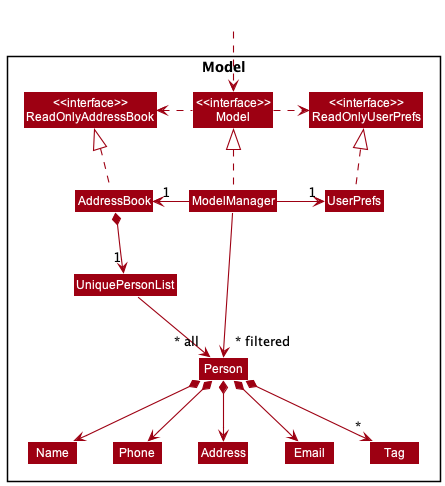
Before: docs/images/ModelClassDiagram.png, a diagram exported from PlantUML (nus-cs2103-AY2223S1/tp).
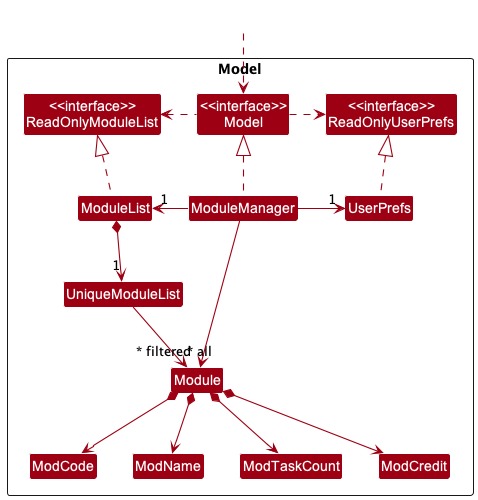
After the commit.

The edit, as a diff of the source:
```diff
@@ -5,46 +5,39 @@
 skinparam classBackgroundColor MODEL_COLOR
 
 Package Model <<Rectangle>>{
-Class "<<interface>>\nReadOnlyAddressBook" as ReadOnlyAddressBook
+Class "<<interface>>\nReadOnlyModuleList" as ReadOnlyModuleList
 Class "<<interface>>\nReadOnlyUserPrefs" as ReadOnlyUserPrefs
 Class "<<interface>>\nModel" as Model
-Class AddressBook
-Class ModelManager
+Class ModuleList
+Class ModuleManager
 Class UserPrefs
 
-Class UniquePersonList
-Class Person
-Class Address
-Class Email
-Class Name
-Class Phone
-Class Tag
-
+Class UniqueModuleList
+Class Module
+Class ModCode
+Class ModName
+Class ModTaskCount
+Class ModCredit
 }
 
 Class HiddenOutside #FFFFFF
 HiddenOutside ..> Model
 
-AddressBook .up.|> ReadOnlyAddressBook
+ModuleList .up.|> ReadOnlyModuleList
 
-ModelManager .up.|> Model
+ModuleManager .up.|> Model
 Model .right.> ReadOnlyUserPrefs
-Model .left.> ReadOnlyAddressBook
-ModelManager -left-> "1" AddressBook
-ModelManager -right-> "1" UserPrefs
+Model .left.> ReadOnlyModuleList
+ModuleManager -left-> "1" ModuleList
+ModuleManager -right-> "1" UserPrefs
 UserPrefs .up.|> ReadOnlyUserPrefs
 
-AddressBook *--> "1" UniquePersonList
-UniquePersonList --> "~* all" Person
-Person *--> Name
-Person *--> Phone
-Person *--> Email
-Person *--> Address
-Person *--> "*" Tag
+ModuleList *--> "1" UniqueModuleList
+UniqueModuleList --> "~* all" Module
+Module *--> ModTaskCount
+Module *--> ModCredit
+Module *--> ModName
+Module *--> ModCode
 
-Name -[hidden]right-> Phone
-Phone -[hidden]right-> Address
-Address -[hidden]right-> Email
-
-ModelManager -->"~* filtered" Person
+ModuleManager -->"~* filtered" Module
 @enduml
```
